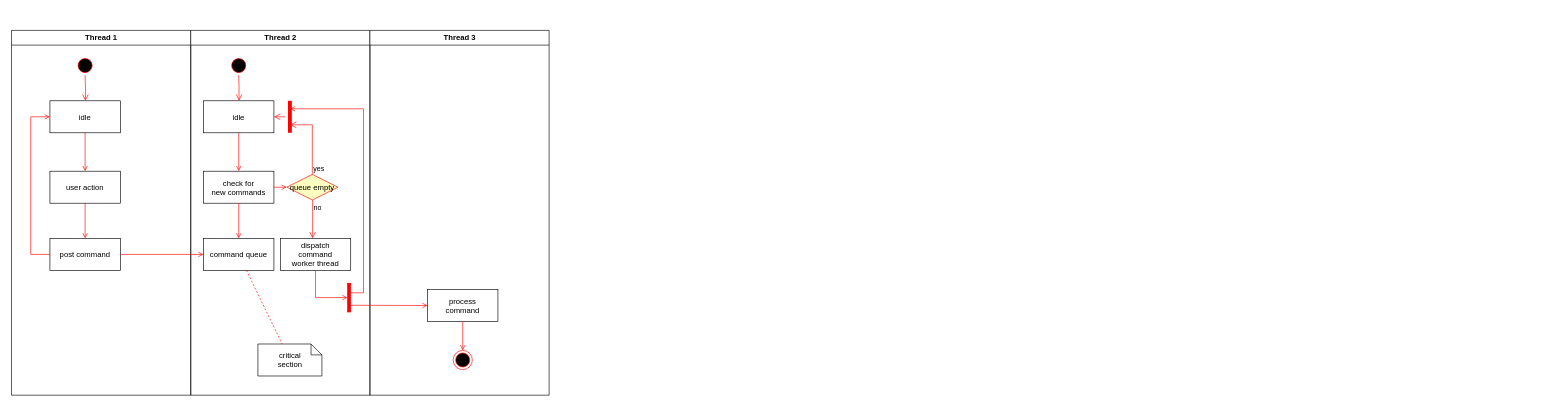
Above: 車載ラズパイ.drawio in matabe0320/RaspberryPi_On_myCar (draw.io), before the change. Source tidied: cells renumbered, new cells numbered last; positions are measured from the earlier drawing's top-left corner, leaving out a move shared by most shapes. Both pictures are drawn from the tidied source at 64%, with x=0, y=0 at pixel (11, 30).
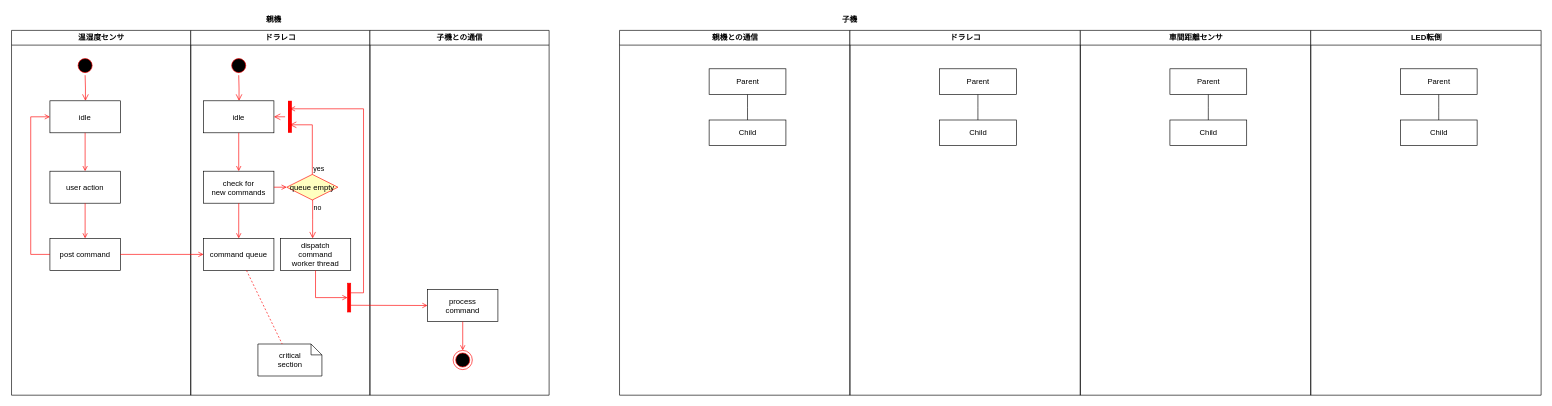
The same page after the edit.

Commit message:
車載ラズパイ.drawio を更新します

Change to the diagram source:
```diff
@@
-    <mxCell id="2" value="Thread 1" style="swimlane;whiteSpace=wrap;" parent="1" vertex="1">
+    <mxCell id="2" value="温湿度センサ" style="swimlane;whiteSpace=wrap;" parent="1" vertex="1">
       <mxGeometry x="0.5" width="280" height="570" as="geometry" />
     </mxCell>
@@
-    <mxCell id="11" value="Thread 2" style="swimlane;whiteSpace=wrap;" parent="1" vertex="1">
+    <mxCell id="11" value="ドラレコ" style="swimlane;whiteSpace=wrap;" parent="1" vertex="1">
       <mxGeometry x="280.5" width="280" height="570" as="geometry" />
     </mxCell>
@@
-    <mxCell id="30" value="Thread 3" style="swimlane;whiteSpace=wrap;" parent="1" vertex="1">
+    <mxCell id="30" value="子機との通信" style="swimlane;whiteSpace=wrap;startSize=23;" parent="1" vertex="1">
       <mxGeometry x="560.5" width="280" height="570" as="geometry" />
     </mxCell>
@@
+    <mxCell id="37" value="親機との通信" style="swimlane;html=1;startSize=23;horizontal=1;containerType=tree;" parent="1" vertex="1">
+      <mxGeometry x="950.5" width="360" height="570" as="geometry" />
+    </mxCell>
+    <mxCell id="38" style="edgeStyle=elbowEdgeStyle;elbow=vertical;startArrow=none;endArrow=none;rounded=0;" parent="37" edge="1" source="39" target="40">
+      <mxGeometry relative="1" as="geometry" />
+    </mxCell>
+    <mxCell id="39" value="Parent" style="whiteSpace=wrap;html=1;newEdgeStyle={&quot;edgeStyle&quot;:&quot;elbowEdgeStyle&quot;,&quot;startArrow&quot;:&quot;none&quot;,&quot;endArrow&quot;:&quot;none&quot;};" parent="37" vertex="1">
+      <mxGeometry x="140" y="60" width="120" height="40" as="geometry" />
+    </mxCell>
+    <mxCell id="40" value="Child" style="whiteSpace=wrap;html=1;newEdgeStyle={&quot;edgeStyle&quot;:&quot;elbowEdgeStyle&quot;,&quot;startArrow&quot;:&quot;none&quot;,&quot;endArrow&quot;:&quot;none&quot;};" parent="37" vertex="1">
+      <mxGeometry x="140" y="140" width="120" height="40" as="geometry" />
+    </mxCell>
+    <mxCell id="41" value="ドラレコ" style="swimlane;html=1;startSize=23;horizontal=1;containerType=tree;" parent="1" vertex="1">
+      <mxGeometry x="1310.5" width="360" height="570" as="geometry" />
+    </mxCell>
+    <mxCell id="42" style="edgeStyle=elbowEdgeStyle;elbow=vertical;startArrow=none;endArrow=none;rounded=0;" parent="41" edge="1" source="43" target="44">
+      <mxGeometry relative="1" as="geometry" />
+    </mxCell>
+    <mxCell id="43" value="Parent" style="whiteSpace=wrap;html=1;newEdgeStyle={&quot;edgeStyle&quot;:&quot;elbowEdgeStyle&quot;,&quot;startArrow&quot;:&quot;none&quot;,&quot;endArrow&quot;:&quot;none&quot;};" parent="41" vertex="1">
+      <mxGeometry x="140" y="60" width="120" height="40" as="geometry" />
+    </mxCell>
+    <mxCell id="44" value="Child" style="whiteSpace=wrap;html=1;newEdgeStyle={&quot;edgeStyle&quot;:&quot;elbowEdgeStyle&quot;,&quot;startArrow&quot;:&quot;none&quot;,&quot;endArrow&quot;:&quot;none&quot;};" parent="41" vertex="1">
+      <mxGeometry x="140" y="140" width="120" height="40" as="geometry" />
+    </mxCell>
+    <mxCell id="45" value="親機" style="text;align=center;fontStyle=1;verticalAlign=middle;spacingLeft=3;spacingRight=3;strokeColor=none;" parent="1" vertex="1">
+      <mxGeometry x="370.5" y="-30" width="80" height="26" as="geometry" />
+    </mxCell>
+    <mxCell id="46" value="子機" style="text;align=center;fontStyle=1;verticalAlign=middle;spacingLeft=3;spacingRight=3;strokeColor=none;" parent="1" vertex="1">
+      <mxGeometry x="1270.5" y="-30" width="80" height="26" as="geometry" />
+    </mxCell>
+    <mxCell id="47" value="車間距離センサ" style="swimlane;html=1;startSize=23;horizontal=1;containerType=tree;" parent="1" vertex="1">
+      <mxGeometry x="1670.5" width="360" height="570" as="geometry" />
+    </mxCell>
+    <mxCell id="48" style="edgeStyle=elbowEdgeStyle;elbow=vertical;startArrow=none;endArrow=none;rounded=0;" parent="47" edge="1" source="49" target="50">
+      <mxGeometry relative="1" as="geometry" />
+    </mxCell>
+    <mxCell id="49" value="Parent" style="whiteSpace=wrap;html=1;newEdgeStyle={&quot;edgeStyle&quot;:&quot;elbowEdgeStyle&quot;,&quot;startArrow&quot;:&quot;none&quot;,&quot;endArrow&quot;:&quot;none&quot;};" parent="47" vertex="1">
+      <mxGeometry x="140" y="60" width="120" height="40" as="geometry" />
+    </mxCell>
+    <mxCell id="50" value="Child" style="whiteSpace=wrap;html=1;newEdgeStyle={&quot;edgeStyle&quot;:&quot;elbowEdgeStyle&quot;,&quot;startArrow&quot;:&quot;none&quot;,&quot;endArrow&quot;:&quot;none&quot;};" parent="47" vertex="1">
+      <mxGeometry x="140" y="140" width="120" height="40" as="geometry" />
+    </mxCell>
+    <mxCell id="51" value="LED転倒" style="swimlane;html=1;startSize=23;horizontal=1;containerType=tree;" parent="1" vertex="1">
+      <mxGeometry x="2030.5" width="360" height="570" as="geometry" />
+    </mxCell>
+    <mxCell id="52" style="edgeStyle=elbowEdgeStyle;elbow=vertical;startArrow=none;endArrow=none;rounded=0;" parent="51" edge="1" source="53" target="54">
+      <mxGeometry relative="1" as="geometry" />
+    </mxCell>
+    <mxCell id="53" value="Parent" style="whiteSpace=wrap;html=1;newEdgeStyle={&quot;edgeStyle&quot;:&quot;elbowEdgeStyle&quot;,&quot;startArrow&quot;:&quot;none&quot;,&quot;endArrow&quot;:&quot;none&quot;};" parent="51" vertex="1">
+      <mxGeometry x="140" y="60" width="120" height="40" as="geometry" />
+    </mxCell>
+    <mxCell id="54" value="Child" style="whiteSpace=wrap;html=1;newEdgeStyle={&quot;edgeStyle&quot;:&quot;elbowEdgeStyle&quot;,&quot;startArrow&quot;:&quot;none&quot;,&quot;endArrow&quot;:&quot;none&quot;};" parent="51" vertex="1">
+      <mxGeometry x="140" y="140" width="120" height="40" as="geometry" />
+    </mxCell>
```
